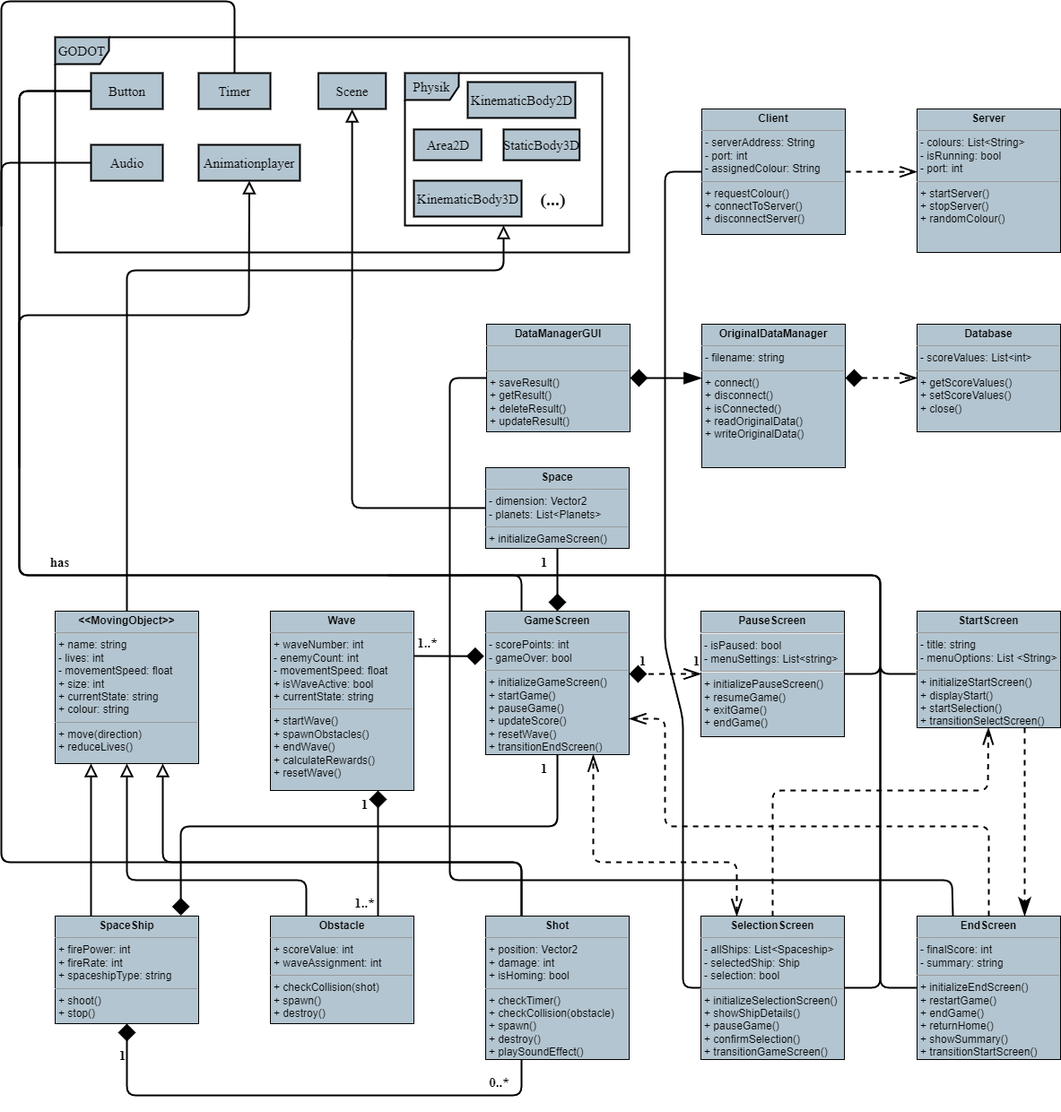
Above: images/Pflichtenheft_Assets/uml-class-diagram/uml-class-diagram.png in hadespreyz/starfighter-alliance (draw.io), before the change. Source tidied: cells renumbered, new cells last; positions are measured from the earlier drawing's top-left corner, leaving out a move shared by most shapes.
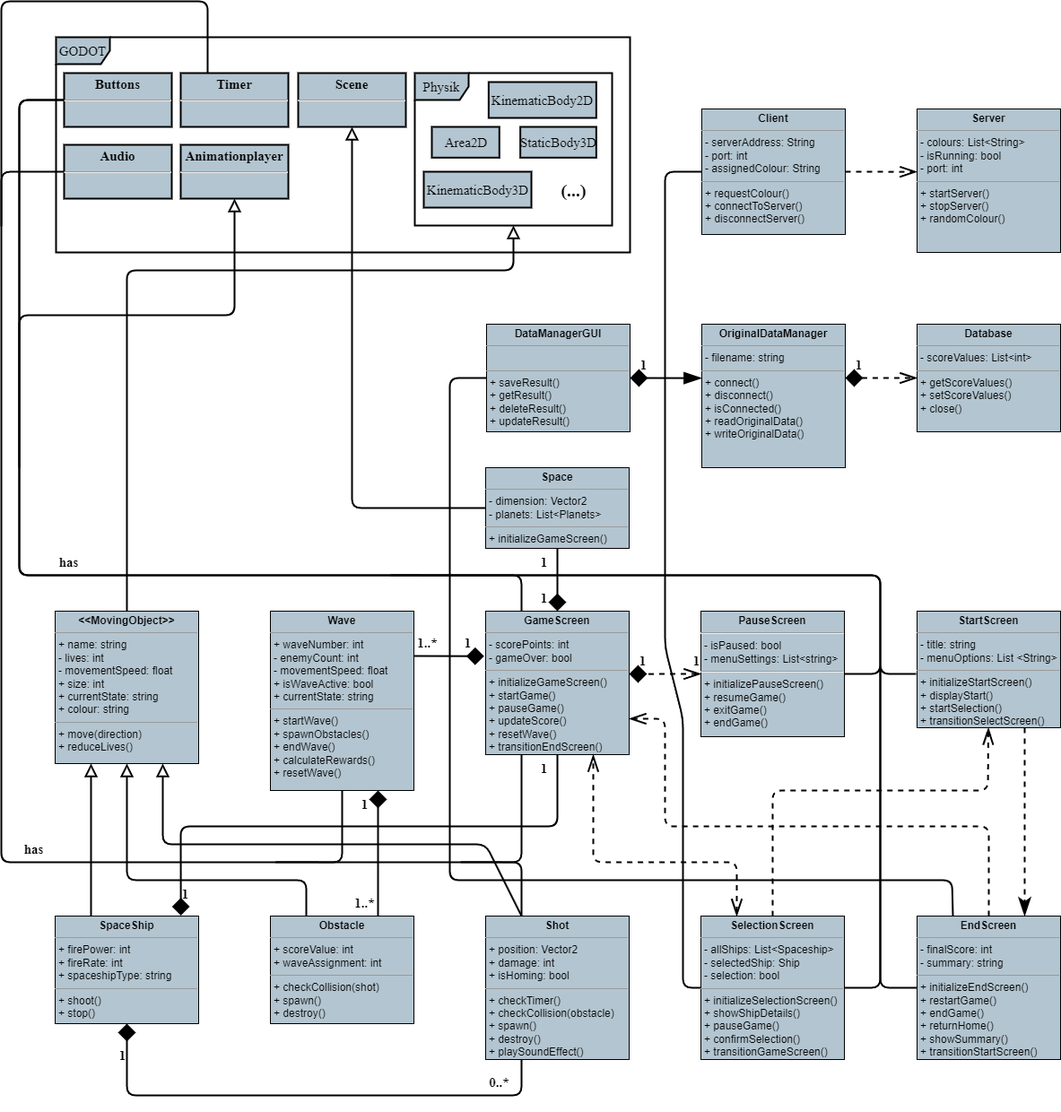
After the commit.

Commit message:
docs(uml-class-diagram): update arrows and requirements

Diff of the diagram source:
```diff
@@ -5,25 +5,37 @@
     <mxCell id="2" value="GODOT" style="shape=umlFrame;whiteSpace=wrap;html=1;strokeColor=#000000;strokeWidth=2;fontFamily=TeX Gyre Termes;fontSize=15;fontColor=#000000;fillColor=#b3c5d0;" parent="1" vertex="1">
-      <mxGeometry x="60" y="40" width="640" height="240" as="geometry" />
+      <mxGeometry x="61" y="40" width="640" height="240" as="geometry" />
     </mxCell>
+    <mxCell id="9" value="Physik" style="shape=umlFrame;whiteSpace=wrap;html=1;strokeColor=#000000;strokeWidth=2;fontFamily=TeX Gyre Termes;fontSize=15;fontColor=#000000;fillColor=#b3c5d0;" parent="2" vertex="1">
+      <mxGeometry x="400" y="40" width="220" height="170" as="geometry" />
+    </mxCell>
     <mxCell id="3" value="Area2D" style="html=1;strokeColor=#000000;strokeWidth=2;fontFamily=TeX Gyre Termes;fontSize=15;fontColor=#000000;fillColor=#b3c5d0;" parent="2" vertex="1">
-      <mxGeometry x="400" y="102.9" width="75.3" height="34.3" as="geometry" />
+      <mxGeometry x="419" y="100" width="75.3" height="34.3" as="geometry" />
     </mxCell>
     <mxCell id="4" value="StaticBody3D" style="html=1;strokeColor=#000000;strokeWidth=2;fontFamily=TeX Gyre Termes;fontSize=15;fontColor=#000000;fillColor=#b3c5d0;" parent="2" vertex="1">
-      <mxGeometry x="500" y="102.9" width="84.7" height="34.3" as="geometry" />
+      <mxGeometry x="517.6" y="100" width="84.7" height="34.3" as="geometry" />
     </mxCell>
+    <mxCell id="7" value="&lt;font style=&quot;font-size: 20px;&quot;&gt;&lt;b&gt;(...)&lt;/b&gt;&lt;/font&gt;" style="text;html=1;align=center;verticalAlign=middle;strokeColor=none;fillColor=none;fontSize=15;fontFamily=TeX Gyre Termes;fontColor=#000000;" parent="2" vertex="1">
+      <mxGeometry x="552.3" y="150" width="50" height="40" as="geometry" />
+    </mxCell>
+    <mxCell id="68" value="&lt;p style=&quot;margin: 4px 0px 0px; text-align: center;&quot;&gt;Buttons&lt;/p&gt;&lt;hr&gt;&lt;p style=&quot;margin:0px;margin-left:8px;&quot;&gt;&lt;br&gt;&lt;/p&gt;" style="verticalAlign=middle;align=center;overflow=fill;fontSize=15;fontFamily=TeX Gyre Termes;html=1;fillColor=#b3c5d0;strokeColor=#000000;fontColor=#000000;strokeWidth=2;fontStyle=1;" parent="2" vertex="1">
+      <mxGeometry x="9" y="40" width="120" height="60" as="geometry" />
+    </mxCell>
+    <mxCell id="48" value="&lt;p style=&quot;margin: 4px 0px 0px; text-align: center;&quot;&gt;Timer&lt;/p&gt;&lt;hr&gt;&lt;p style=&quot;margin:0px;margin-left:8px;&quot;&gt;&lt;br&gt;&lt;/p&gt;" style="verticalAlign=middle;align=center;overflow=fill;fontSize=15;fontFamily=TeX Gyre Termes;html=1;fillColor=#b3c5d0;strokeColor=#000000;fontColor=#000000;strokeWidth=2;fontStyle=1;" parent="2" vertex="1">
+      <mxGeometry x="139" y="40" width="120" height="60" as="geometry" />
+    </mxCell>
+    <mxCell id="8" value="&lt;p style=&quot;margin: 4px 0px 0px; text-align: center;&quot;&gt;Scene&lt;br&gt;&lt;/p&gt;&lt;hr&gt;&lt;p style=&quot;margin:0px;margin-left:8px;&quot;&gt;&lt;br&gt;&lt;/p&gt;" style="verticalAlign=middle;align=center;overflow=fill;fontSize=15;fontFamily=TeX Gyre Termes;html=1;fillColor=#b3c5d0;strokeColor=#000000;fontColor=#000000;strokeWidth=2;fontStyle=1;" parent="2" vertex="1">
+      <mxGeometry x="270" y="40" width="120" height="60" as="geometry" />
+    </mxCell>
-    <mxCell id="5" value="Audio" style="html=1;strokeColor=#000000;strokeWidth=2;fontFamily=TeX Gyre Termes;fontSize=15;fontColor=#000000;fillColor=#b3c5d0;" parent="2" vertex="1">
-      <mxGeometry x="40" y="120" width="80" height="40" as="geometry" />
+    <mxCell id="5" value="&lt;p style=&quot;margin: 4px 0px 0px; text-align: center;&quot;&gt;Audio&lt;/p&gt;&lt;hr&gt;&lt;p style=&quot;margin:0px;margin-left:8px;&quot;&gt;&lt;br&gt;&lt;/p&gt;" style="verticalAlign=middle;align=center;overflow=fill;fontSize=15;fontFamily=TeX Gyre Termes;html=1;fillColor=#b3c5d0;strokeColor=#000000;fontColor=#000000;strokeWidth=2;fontStyle=1;" parent="2" vertex="1">
+      <mxGeometry x="9" y="120" width="120" height="60" as="geometry" />
     </mxCell>
+    <mxCell id="49" value="KinematicBody2D" style="html=1;strokeColor=#000000;strokeWidth=2;fontFamily=TeX Gyre Termes;fontSize=15;fontColor=#000000;fillColor=#b3c5d0;" parent="2" vertex="1">
+      <mxGeometry x="482.4" y="50" width="120" height="40" as="geometry" />
+    </mxCell>
+    <mxCell id="50" value="KinematicBody3D" style="html=1;strokeColor=#000000;strokeWidth=2;fontFamily=TeX Gyre Termes;fontSize=15;fontColor=#000000;fillColor=#b3c5d0;" parent="2" vertex="1">
+      <mxGeometry x="410" y="150" width="120" height="40" as="geometry" />
+    </mxCell>
-    <mxCell id="6" value="Animationplayer" style="html=1;strokeColor=#000000;strokeWidth=2;fontFamily=TeX Gyre Termes;fontSize=15;fontColor=#000000;fillColor=#b3c5d0;" parent="2" vertex="1">
-      <mxGeometry x="160" y="120" width="112.9" height="40" as="geometry" />
+    <mxCell id="6" value="&lt;p style=&quot;margin: 4px 0px 0px; text-align: center;&quot;&gt;Animationplayer&lt;/p&gt;&lt;hr&gt;&lt;p style=&quot;margin:0px;margin-left:8px;&quot;&gt;&lt;br&gt;&lt;/p&gt;" style="verticalAlign=middle;align=center;overflow=fill;fontSize=15;fontFamily=TeX Gyre Termes;html=1;fillColor=#b3c5d0;strokeColor=#000000;fontColor=#000000;strokeWidth=2;fontStyle=1;" parent="2" vertex="1">
+      <mxGeometry x="139" y="120" width="120" height="60" as="geometry" />
     </mxCell>
-    <mxCell id="7" value="&lt;font style=&quot;font-size: 20px;&quot;&gt;&lt;b&gt;(...)&lt;/b&gt;&lt;/font&gt;" style="text;html=1;align=center;verticalAlign=middle;strokeColor=none;fillColor=none;fontSize=15;fontFamily=TeX Gyre Termes;fontColor=#000000;" parent="2" vertex="1">
-      <mxGeometry x="530" y="160" width="50" height="40" as="geometry" />
-    </mxCell>
-    <mxCell id="8" value="Scene" style="html=1;strokeColor=#000000;strokeWidth=2;fontFamily=TeX Gyre Termes;fontSize=15;fontColor=#000000;fillColor=#b3c5d0;" parent="2" vertex="1">
-      <mxGeometry x="293.5" y="40" width="75.3" height="40" as="geometry" />
-    </mxCell>
-    <mxCell id="9" value="Physik" style="shape=umlFrame;whiteSpace=wrap;html=1;strokeColor=#000000;strokeWidth=2;fontFamily=TeX Gyre Termes;fontSize=15;fontColor=#000000;fillColor=#b3c5d0;" parent="1" vertex="1">
-      <mxGeometry x="450" y="80" width="220" height="170" as="geometry" />
-    </mxCell>
     <mxCell id="10" style="edgeStyle=none;html=1;entryX=0.25;entryY=1;entryDx=0;entryDy=0;strokeColor=#000000;fontColor=#000000;endArrow=block;endFill=0;strokeWidth=2;endSize=10;exitX=0.25;exitY=0;exitDx=0;exitDy=0;" parent="1" edge="1" source="12" target="14">
@@ -50,3 +62,3 @@
           <mxPoint x="140" y="300" />
-          <mxPoint x="560" y="300" />
+          <mxPoint x="571" y="300" />
         </Array>
@@ -74,5 +86,5 @@
         <Array as="points">
-          <mxPoint x="580" y="960" />
-          <mxPoint x="380" y="960" />
-          <mxPoint x="180" y="960" />
+          <mxPoint x="540" y="940" />
+          <mxPoint x="380" y="940" />
+          <mxPoint x="180" y="940" />
         </Array>
@@ -89,3 +101,3 @@
     </mxCell>
-    <mxCell id="20" style="edgeStyle=none;html=1;exitX=0.25;exitY=0;exitDx=0;exitDy=0;entryX=0.5;entryY=0;entryDx=0;entryDy=0;strokeColor=#000000;strokeWidth=2;fontFamily=Helvetica;fontSize=11;fontColor=#000000;startArrow=none;startFill=0;endArrow=none;endFill=0;startSize=15;endSize=10;" parent="1" edge="1" source="21" target="48">
+    <mxCell id="20" style="edgeStyle=none;html=1;exitX=0.25;exitY=0;exitDx=0;exitDy=0;entryX=0.25;entryY=0;entryDx=0;entryDy=0;strokeColor=#000000;strokeWidth=2;fontFamily=Helvetica;fontSize=11;fontColor=#000000;startArrow=none;startFill=0;endArrow=none;endFill=0;startSize=15;endSize=10;" parent="1" edge="1" source="21" target="48">
       <mxGeometry relative="1" as="geometry">
@@ -95,3 +107,3 @@
           <mxPoint />
-          <mxPoint x="260" />
+          <mxPoint x="230" />
         </Array>
@@ -105,2 +117,9 @@
     </mxCell>
+    <mxCell id="69" style="edgeStyle=none;html=1;entryX=0.527;entryY=0.941;entryDx=0;entryDy=0;entryPerimeter=0;endArrow=none;strokeColor=#000000;fontColor=#000000;strokeWidth=2;startArrow=none;startFill=0;endFill=0;startSize=15;endSize=10;" parent="1" edge="1" source="23" target="20">
+      <mxGeometry relative="1" as="geometry">
+        <Array as="points">
+          <mxPoint x="380" y="960" />
+        </Array>
+      </mxGeometry>
+    </mxCell>
     <mxCell id="23" value="&lt;p style=&quot;margin:0px;margin-top:4px;text-align:center;&quot;&gt;&lt;b&gt;Wave&lt;/b&gt;&lt;/p&gt;&lt;hr size=&quot;1&quot;&gt;&lt;p style=&quot;margin:0px;margin-left:4px;&quot;&gt;&lt;span style=&quot;background-color: initial;&quot;&gt;+ waveNumber: int&lt;/span&gt;&lt;/p&gt;&lt;p style=&quot;margin:0px;margin-left:4px;&quot;&gt;&lt;span style=&quot;background-color: initial;&quot;&gt;- enemyCount: int&lt;/span&gt;&lt;br&gt;&lt;/p&gt;&lt;p style=&quot;margin:0px;margin-left:4px;&quot;&gt;- movementSpeed: float&lt;/p&gt;&lt;p style=&quot;margin:0px;margin-left:4px;&quot;&gt;+ isWaveActive: bool&lt;/p&gt;&lt;p style=&quot;margin:0px;margin-left:4px;&quot;&gt;+ currentState: string&lt;/p&gt;&lt;hr size=&quot;1&quot;&gt;&lt;p style=&quot;margin:0px;margin-left:4px;&quot;&gt;+ startWave()&lt;/p&gt;&lt;p style=&quot;margin:0px;margin-left:4px;&quot;&gt;+ spawnObstacles()&lt;/p&gt;&lt;p style=&quot;margin:0px;margin-left:4px;&quot;&gt;+ endWave()&lt;/p&gt;&lt;p style=&quot;margin:0px;margin-left:4px;&quot;&gt;+&amp;nbsp;calculateRewards()&lt;/p&gt;&lt;p style=&quot;margin:0px;margin-left:4px;&quot;&gt;+ resetWave()&lt;/p&gt;" style="verticalAlign=top;align=left;overflow=fill;fontSize=12;fontFamily=Helvetica;html=1;strokeColor=#000000;fontColor=#000000;fillColor=#b3c5d0;" parent="1" vertex="1">
@@ -117,3 +136,3 @@
     </mxCell>
-    <mxCell id="27" style="edgeStyle=none;html=1;exitX=0.25;exitY=0;exitDx=0;exitDy=0;entryX=0.411;entryY=0.831;entryDx=0;entryDy=0;entryPerimeter=0;strokeColor=#000000;strokeWidth=2;fontFamily=TeX Gyre Termes;fontSize=12;fontColor=#000000;startArrow=none;startFill=0;endArrow=none;endFill=0;startSize=15;endSize=15;" parent="1" edge="1" source="28" target="57">
+    <mxCell id="27" style="edgeStyle=none;html=1;exitX=0.25;exitY=0;exitDx=0;exitDy=0;entryX=0.414;entryY=0.828;entryDx=0;entryDy=0;entryPerimeter=0;strokeColor=#000000;strokeWidth=2;fontFamily=TeX Gyre Termes;fontSize=12;fontColor=#000000;startArrow=none;startFill=0;endArrow=none;endFill=0;startSize=15;endSize=15;" parent="1" edge="1" source="28" target="57">
       <mxGeometry relative="1" as="geometry">
@@ -124,2 +143,9 @@
     </mxCell>
+    <mxCell id="70" style="edgeStyle=none;html=1;exitX=0.25;exitY=1;exitDx=0;exitDy=0;entryX=0.883;entryY=0.941;entryDx=0;entryDy=0;entryPerimeter=0;endArrow=none;strokeColor=#000000;fontColor=#000000;strokeWidth=2;startArrow=none;startFill=0;endFill=0;startSize=15;endSize=10;" parent="1" edge="1" source="28" target="20">
+      <mxGeometry relative="1" as="geometry">
+        <Array as="points">
+          <mxPoint x="580" y="960" />
+        </Array>
+      </mxGeometry>
+    </mxCell>
     <mxCell id="28" value="&lt;p style=&quot;margin:0px;margin-top:4px;text-align:center;&quot;&gt;&lt;b&gt;GameScreen&lt;/b&gt;&lt;/p&gt;&lt;hr size=&quot;1&quot;&gt;&lt;p style=&quot;margin:0px;margin-left:4px;&quot;&gt;- scorePoints: int&lt;/p&gt;&lt;p style=&quot;margin:0px;margin-left:4px;&quot;&gt;- gameOver: bool&lt;/p&gt;&lt;hr size=&quot;1&quot;&gt;&lt;p style=&quot;margin:0px;margin-left:4px;&quot;&gt;+ initializeGameScreen()&lt;/p&gt;&lt;p style=&quot;margin:0px;margin-left:4px;&quot;&gt;+ startGame()&lt;/p&gt;&lt;p style=&quot;margin:0px;margin-left:4px;&quot;&gt;+ pauseGame()&lt;/p&gt;&lt;p style=&quot;margin:0px;margin-left:4px;&quot;&gt;+&amp;nbsp;updateScore()&lt;/p&gt;&lt;p style=&quot;margin:0px;margin-left:4px;&quot;&gt;+ resetWave()&lt;/p&gt;&lt;p style=&quot;margin:0px;margin-left:4px;&quot;&gt;+ transitionEndScreen()&lt;br&gt;&lt;/p&gt;" style="verticalAlign=top;align=left;overflow=fill;fontSize=12;fontFamily=Helvetica;html=1;strokeColor=#000000;fontColor=#000000;fillColor=#b3c5d0;" parent="1" vertex="1">
@@ -167,4 +193,5 @@
     </mxCell>
-    <mxCell id="39" style="edgeStyle=none;html=1;strokeColor=#000000;strokeWidth=2;fontFamily=Helvetica;fontSize=11;fontColor=#000000;startArrow=none;startFill=0;endArrow=none;endFill=0;startSize=15;endSize=10;entryX=0;entryY=0.5;entryDx=0;entryDy=0;" parent="1" edge="1" source="40" target="47">
+    <mxCell id="39" style="edgeStyle=none;html=1;strokeColor=#000000;strokeWidth=2;fontFamily=Helvetica;fontSize=11;fontColor=#000000;startArrow=none;startFill=0;endArrow=none;endFill=0;startSize=15;endSize=10;" parent="1" edge="1" source="40">
       <mxGeometry relative="1" as="geometry">
+        <mxPoint x="70" y="110" as="targetPoint" />
         <Array as="points">
@@ -173,3 +200,3 @@
           <mxPoint x="20" y="640" />
-          <mxPoint x="20" y="100" />
+          <mxPoint x="20" y="110" />
         </Array>
@@ -198,14 +225,2 @@
     </mxCell>
-    <mxCell id="47" value="Button" style="html=1;strokeColor=#000000;strokeWidth=2;fontFamily=TeX Gyre Termes;fontSize=15;fontColor=#000000;fillColor=#b3c5d0;" parent="1" vertex="1">
-      <mxGeometry x="100" y="80" width="80" height="40" as="geometry" />
-    </mxCell>
-    <mxCell id="48" value="Timer" style="html=1;strokeColor=#000000;strokeWidth=2;fontFamily=TeX Gyre Termes;fontSize=15;fontColor=#000000;fillColor=#b3c5d0;" parent="1" vertex="1">
-      <mxGeometry x="220" y="80" width="80" height="40" as="geometry" />
-    </mxCell>
-    <mxCell id="49" value="KinematicBody2D" style="html=1;strokeColor=#000000;strokeWidth=2;fontFamily=TeX Gyre Termes;fontSize=15;fontColor=#000000;fillColor=#b3c5d0;" parent="1" vertex="1">
-      <mxGeometry x="520" y="90" width="120" height="40" as="geometry" />
-    </mxCell>
-    <mxCell id="50" value="KinematicBody3D" style="html=1;strokeColor=#000000;strokeWidth=2;fontFamily=TeX Gyre Termes;fontSize=15;fontColor=#000000;fillColor=#b3c5d0;" parent="1" vertex="1">
-      <mxGeometry x="460" y="200" width="120" height="40" as="geometry" />
-    </mxCell>
     <mxCell id="51" style="edgeStyle=none;html=1;exitX=0.25;exitY=0;exitDx=0;exitDy=0;entryX=0.75;entryY=1;entryDx=0;entryDy=0;dashed=1;strokeColor=#000000;strokeWidth=2;fontFamily=TeX Gyre Termes;fontSize=20;fontColor=#000000;startArrow=openThin;startFill=0;endArrow=openThin;endFill=0;startSize=15;endSize=15;" parent="1" edge="1" source="54" target="28">
@@ -251,3 +266,3 @@
     </mxCell>
-    <mxCell id="57" style="edgeStyle=none;html=1;entryX=0;entryY=0.5;entryDx=0;entryDy=0;strokeColor=#000000;strokeWidth=2;fontFamily=Helvetica;fontSize=11;fontColor=#000000;startArrow=none;startFill=0;endArrow=none;endFill=0;startSize=15;endSize=10;" parent="1" edge="1" target="47">
+    <mxCell id="57" style="edgeStyle=none;html=1;entryX=0;entryY=0.5;entryDx=0;entryDy=0;strokeColor=#000000;strokeWidth=2;fontFamily=Helvetica;fontSize=11;fontColor=#000000;startArrow=none;startFill=0;endArrow=none;endFill=0;startSize=15;endSize=10;" parent="1" edge="1" target="68">
       <mxGeometry relative="1" as="geometry">
@@ -258,3 +273,3 @@
           <mxPoint x="20" y="640" />
-          <mxPoint x="20" y="100" />
+          <mxPoint x="20" y="110" />
         </Array>
@@ -290,3 +305,3 @@
           <mxPoint x="20" y="350" />
-          <mxPoint x="276" y="350" />
+          <mxPoint x="260" y="350" />
         </Array>
@@ -295,3 +310,3 @@
     <mxCell id="63" value="&lt;font style=&quot;font-size: 15px;&quot;&gt;has&lt;/font&gt;" style="text;html=1;align=center;verticalAlign=middle;strokeColor=none;fillColor=none;fontColor=#000000;fontFamily=TeX Gyre Termes;fontStyle=1;strokeWidth=14;" parent="1" vertex="1">
-      <mxGeometry x="40" y="610" width="50" height="30" as="geometry" />
+      <mxGeometry x="50" y="610" width="50" height="30" as="geometry" />
     </mxCell>
@@ -306,6 +321,6 @@
     </mxCell>
-    <mxCell id="67" style="edgeStyle=none;html=1;entryX=0;entryY=0.246;entryDx=0;entryDy=0;entryPerimeter=0;strokeColor=#000000;strokeWidth=2;fontFamily=TeX Gyre Termes;fontSize=12;fontColor=#000000;startArrow=none;startFill=0;endArrow=none;endFill=0;startSize=15;endSize=15;" parent="1" edge="1" source="5" target="20">
+    <mxCell id="67" style="edgeStyle=none;html=1;entryX=0;entryY=0.246;entryDx=0;entryDy=0;entryPerimeter=0;strokeColor=#000000;strokeWidth=2;fontFamily=TeX Gyre Termes;fontSize=12;fontColor=#000000;startArrow=none;startFill=0;endArrow=none;endFill=0;startSize=15;endSize=15;exitX=0;exitY=0.5;exitDx=0;exitDy=0;" parent="1" edge="1" source="5" target="20">
       <mxGeometry relative="1" as="geometry">
         <Array as="points">
-          <mxPoint y="180" />
+          <mxPoint y="190" />
         </Array>
@@ -313,2 +328,20 @@
     </mxCell>
+    <mxCell id="71" value="&lt;font style=&quot;font-size: 15px;&quot;&gt;1&lt;/font&gt;" style="text;html=1;align=center;verticalAlign=middle;strokeColor=none;fillColor=none;fontColor=#000000;fontFamily=TeX Gyre Termes;fontStyle=1;strokeWidth=14;" parent="1" vertex="1">
+      <mxGeometry x="190" y="980" width="30" height="30" as="geometry" />
+    </mxCell>
+    <mxCell id="72" value="&lt;font style=&quot;font-size: 15px;&quot;&gt;1&lt;/font&gt;" style="text;html=1;align=center;verticalAlign=middle;strokeColor=none;fillColor=none;fontColor=#000000;fontFamily=TeX Gyre Termes;fontStyle=1;strokeWidth=14;" parent="1" vertex="1">
+      <mxGeometry x="505" y="700" width="30" height="30" as="geometry" />
+    </mxCell>
+    <mxCell id="73" value="&lt;font style=&quot;font-size: 15px;&quot;&gt;1&lt;/font&gt;" style="text;html=1;align=center;verticalAlign=middle;strokeColor=none;fillColor=none;fontColor=#000000;fontFamily=TeX Gyre Termes;fontStyle=1;strokeWidth=14;" parent="1" vertex="1">
+      <mxGeometry x="590" y="650" width="30" height="30" as="geometry" />
+    </mxCell>
+    <mxCell id="74" value="&lt;font style=&quot;font-size: 15px;&quot;&gt;1&lt;/font&gt;" style="text;html=1;align=center;verticalAlign=middle;strokeColor=none;fillColor=none;fontColor=#000000;fontFamily=TeX Gyre Termes;fontStyle=1;strokeWidth=14;" parent="1" vertex="1">
+      <mxGeometry x="701" y="390" width="30" height="30" as="geometry" />
+    </mxCell>
+    <mxCell id="75" value="&lt;font style=&quot;font-size: 15px;&quot;&gt;1&lt;/font&gt;" style="text;html=1;align=center;verticalAlign=middle;strokeColor=none;fillColor=none;fontColor=#000000;fontFamily=TeX Gyre Termes;fontStyle=1;strokeWidth=14;" parent="1" vertex="1">
+      <mxGeometry x="941" y="390" width="30" height="30" as="geometry" />
+    </mxCell>
+    <mxCell id="76" value="&lt;font style=&quot;font-size: 15px;&quot;&gt;has&lt;/font&gt;" style="text;html=1;align=center;verticalAlign=middle;strokeColor=none;fillColor=none;fontColor=#000000;fontFamily=TeX Gyre Termes;fontStyle=1;strokeWidth=14;" parent="1" vertex="1">
+      <mxGeometry x="11" y="930" width="50" height="30" as="geometry" />
+    </mxCell>
   </root>
```
